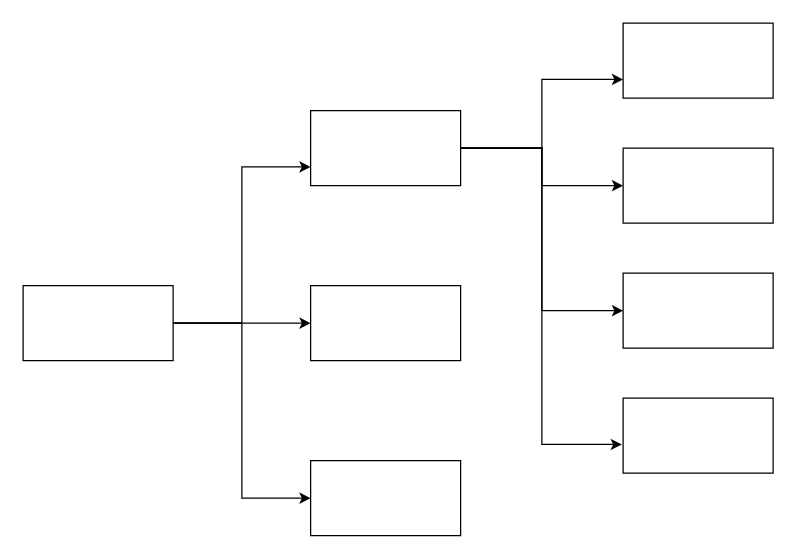
Before: 银行杯2.drawio in ThinkingXuan/draw, a draw.io diagram. Source tidied: cells renumbered, new cells numbered last; positions are measured from the earlier drawing's top-left corner, leaving out a move shared by most shapes. Both pictures are drawn from the tidied source at 125%, with x=0, y=0 at pixel (22, 22).
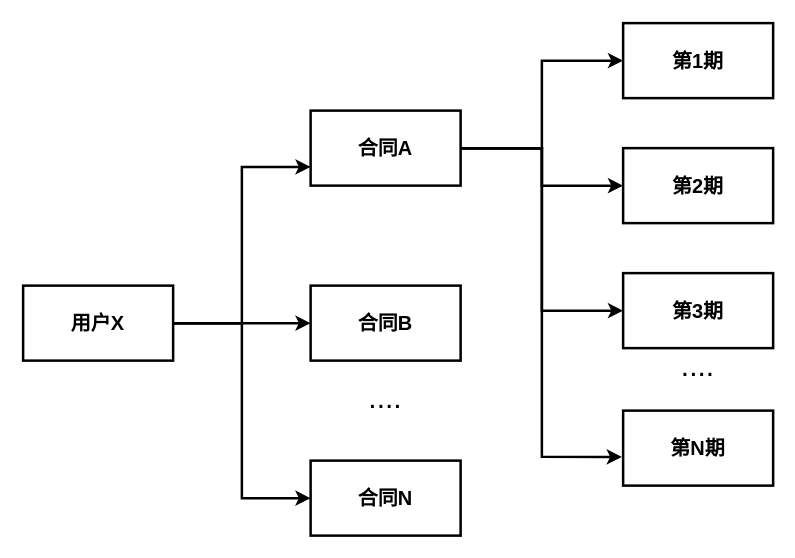
The same page after the edit.

Commit message (it also covers changes not shown here):
更新银行杯2.drawio

Diff of the diagram source:
```diff
@@
 <mxGraphModel>
   <root>
     <mxCell id="0" />
     <mxCell id="1" parent="0" />
-    <mxCell id="2" style="edgeStyle=orthogonalEdgeStyle;rounded=0;jettySize=auto;html=1;entryX=0;entryY=0.75;entryDx=0;entryDy=0;" parent="1" edge="1" source="5" target="10">
+    <mxCell id="2" style="edgeStyle=orthogonalEdgeStyle;rounded=0;jettySize=auto;html=1;entryX=0;entryY=0.75;entryDx=0;entryDy=0;strokeWidth=2;" parent="1" edge="1" source="5" target="10">
       <mxGeometry relative="1" as="geometry" />
     </mxCell>
-    <mxCell id="3" style="edgeStyle=orthogonalEdgeStyle;rounded=0;jettySize=auto;html=1;" parent="1" edge="1" source="5" target="11">
+    <mxCell id="3" style="edgeStyle=orthogonalEdgeStyle;rounded=0;jettySize=auto;html=1;strokeWidth=2;" parent="1" edge="1" source="5" target="11">
       <mxGeometry relative="1" as="geometry" />
     </mxCell>
-    <mxCell id="4" style="edgeStyle=orthogonalEdgeStyle;rounded=0;jettySize=auto;html=1;entryX=0;entryY=0.5;entryDx=0;entryDy=0;" parent="1" edge="1" source="5" target="12">
+    <mxCell id="4" style="edgeStyle=orthogonalEdgeStyle;rounded=0;jettySize=auto;html=1;entryX=0;entryY=0.5;entryDx=0;entryDy=0;strokeWidth=2;" parent="1" edge="1" source="5" target="12">
       <mxGeometry relative="1" as="geometry" />
     </mxCell>
-    <mxCell id="5" style="rounded=0;whiteSpace=wrap;html=1;" parent="1" vertex="1">
+    <mxCell id="5" value="用户X" style="rounded=0;whiteSpace=wrap;html=1;fontSize=16;fontStyle=1;strokeWidth=2;" parent="1" vertex="1">
       <mxGeometry y="210" width="120" height="60" as="geometry" />
     </mxCell>
-    <mxCell id="6" style="edgeStyle=orthogonalEdgeStyle;rounded=0;jettySize=auto;html=1;entryX=0;entryY=0.75;entryDx=0;entryDy=0;" parent="1" edge="1" source="10" target="13">
+    <mxCell id="6" style="edgeStyle=orthogonalEdgeStyle;rounded=0;jettySize=auto;html=1;entryX=0;entryY=0.5;entryDx=0;entryDy=0;strokeWidth=2;" parent="1" edge="1" source="10" target="13">
       <mxGeometry relative="1" as="geometry" />
     </mxCell>
-    <mxCell id="7" style="edgeStyle=orthogonalEdgeStyle;rounded=0;jettySize=auto;html=1;entryX=0;entryY=0.5;entryDx=0;entryDy=0;" parent="1" edge="1" source="10" target="15">
+    <mxCell id="7" style="edgeStyle=orthogonalEdgeStyle;rounded=0;jettySize=auto;html=1;entryX=0;entryY=0.5;entryDx=0;entryDy=0;strokeWidth=2;" parent="1" edge="1" source="10" target="15">
       <mxGeometry relative="1" as="geometry" />
     </mxCell>
-    <mxCell id="8" style="edgeStyle=orthogonalEdgeStyle;rounded=0;jettySize=auto;html=1;entryX=0;entryY=0.5;entryDx=0;entryDy=0;" parent="1" edge="1" source="10" target="14">
+    <mxCell id="8" style="edgeStyle=orthogonalEdgeStyle;rounded=0;jettySize=auto;html=1;entryX=0;entryY=0.5;entryDx=0;entryDy=0;strokeWidth=2;" parent="1" edge="1" source="10" target="14">
       <mxGeometry relative="1" as="geometry" />
     </mxCell>
-    <mxCell id="9" style="edgeStyle=orthogonalEdgeStyle;rounded=0;jettySize=auto;html=1;entryX=-0.008;entryY=0.617;entryDx=0;entryDy=0;entryPerimeter=0;" parent="1" edge="1" source="10" target="16">
+    <mxCell id="9" style="edgeStyle=orthogonalEdgeStyle;rounded=0;jettySize=auto;html=1;entryX=-0.008;entryY=0.617;entryDx=0;entryDy=0;entryPerimeter=0;strokeWidth=2;" parent="1" edge="1" source="10" target="16">
       <mxGeometry relative="1" as="geometry" />
     </mxCell>
-    <mxCell id="10" style="rounded=0;whiteSpace=wrap;html=1;" parent="1" vertex="1">
+    <mxCell id="10" value="合同A" style="rounded=0;whiteSpace=wrap;html=1;fontSize=16;fontStyle=1;strokeWidth=2;" parent="1" vertex="1">
       <mxGeometry x="230" y="70" width="120" height="60" as="geometry" />
     </mxCell>
-    <mxCell id="11" style="rounded=0;whiteSpace=wrap;html=1;" parent="1" vertex="1">
+    <mxCell id="11" value="合同B" style="rounded=0;whiteSpace=wrap;html=1;fontSize=16;fontStyle=1;strokeWidth=2;" parent="1" vertex="1">
       <mxGeometry x="230" y="210" width="120" height="60" as="geometry" />
     </mxCell>
-    <mxCell id="12" style="rounded=0;whiteSpace=wrap;html=1;" parent="1" vertex="1">
+    <mxCell id="12" value="合同N" style="rounded=0;whiteSpace=wrap;html=1;fontSize=16;fontStyle=1;strokeWidth=2;" parent="1" vertex="1">
       <mxGeometry x="230" y="350" width="120" height="60" as="geometry" />
     </mxCell>
-    <mxCell id="13" style="rounded=0;whiteSpace=wrap;html=1;" parent="1" vertex="1">
+    <mxCell id="13" value="第1期" style="rounded=0;whiteSpace=wrap;html=1;fontSize=16;fontStyle=1;strokeWidth=2;" parent="1" vertex="1">
       <mxGeometry x="480" width="120" height="60" as="geometry" />
     </mxCell>
-    <mxCell id="14" style="rounded=0;whiteSpace=wrap;html=1;" parent="1" vertex="1">
+    <mxCell id="14" value="第3期" style="rounded=0;whiteSpace=wrap;html=1;fontSize=16;fontStyle=1;strokeWidth=2;" parent="1" vertex="1">
       <mxGeometry x="480" y="200" width="120" height="60" as="geometry" />
     </mxCell>
-    <mxCell id="15" style="rounded=0;whiteSpace=wrap;html=1;" parent="1" vertex="1">
+    <mxCell id="15" value="第2期" style="rounded=0;whiteSpace=wrap;html=1;fontSize=16;fontStyle=1;strokeWidth=2;" parent="1" vertex="1">
       <mxGeometry x="480" y="100" width="120" height="60" as="geometry" />
     </mxCell>
-    <mxCell id="16" style="rounded=0;whiteSpace=wrap;html=1;" parent="1" vertex="1">
-      <mxGeometry x="480" y="300" width="120" height="60" as="geometry" />
+    <mxCell id="16" value="第N期" style="rounded=0;whiteSpace=wrap;html=1;fontSize=16;fontStyle=1;strokeWidth=2;" parent="1" vertex="1">
+      <mxGeometry x="480" y="310" width="120" height="60" as="geometry" />
     </mxCell>
+    <mxCell id="17" value="&lt;font style=&quot;font-size: 24px&quot;&gt;....&lt;/font&gt;" style="text;html=1;strokeColor=none;fillColor=none;align=center;verticalAlign=middle;whiteSpace=wrap;rounded=0;" parent="1" vertex="1">
+      <mxGeometry x="270" y="290" width="40" height="20" as="geometry" />
+    </mxCell>
+    <mxCell id="18" value="&lt;font style=&quot;font-size: 24px&quot;&gt;....&lt;/font&gt;" style="text;html=1;strokeColor=none;fillColor=none;align=center;verticalAlign=middle;whiteSpace=wrap;rounded=0;" parent="1" vertex="1">
+      <mxGeometry x="520" y="260" width="40" height="30" as="geometry" />
+    </mxCell>
   </root>
 </mxGraphModel>
```
